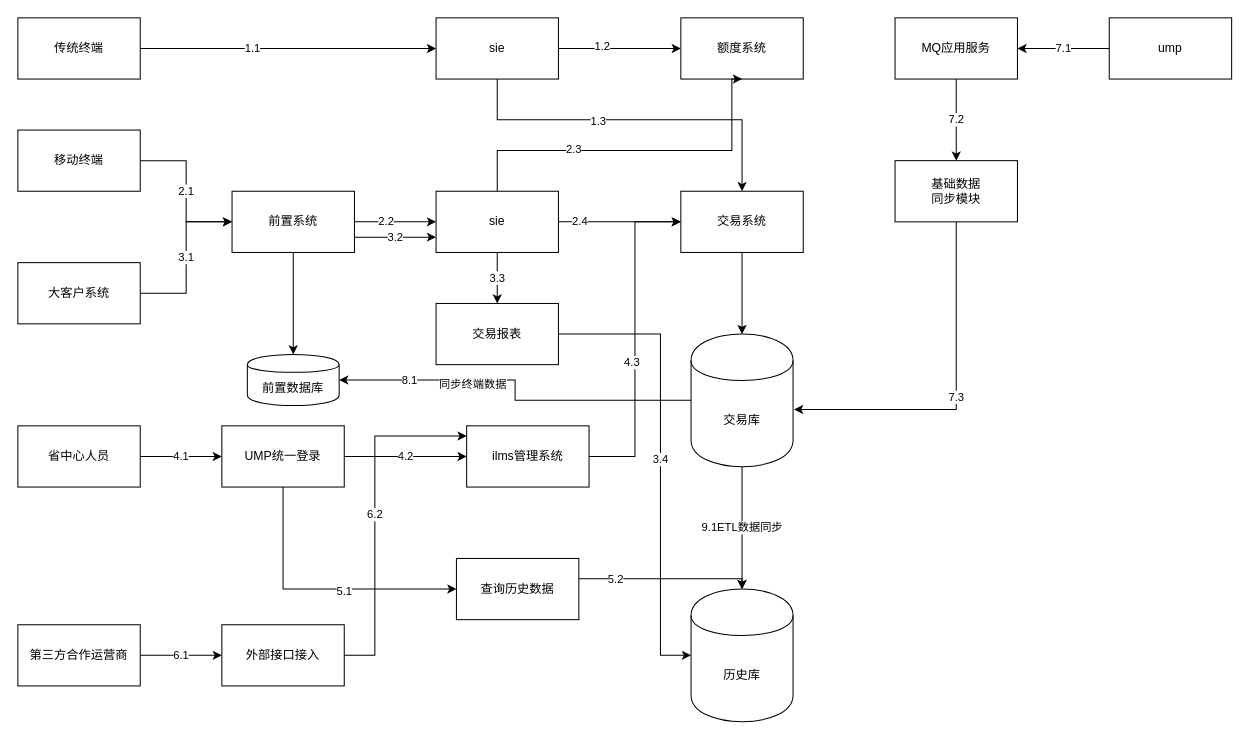
This is Untitled Diagram.drawio from istoliving/sso-test, a draw.io file, before an edit. Source tidied: cells renumbered, new cells numbered last; positions are measured from the earlier drawing's top-left corner, leaving out a move shared by most shapes. Both pictures are drawn from the tidied source at 102%, with x=0, y=0 at pixel (17, 17).
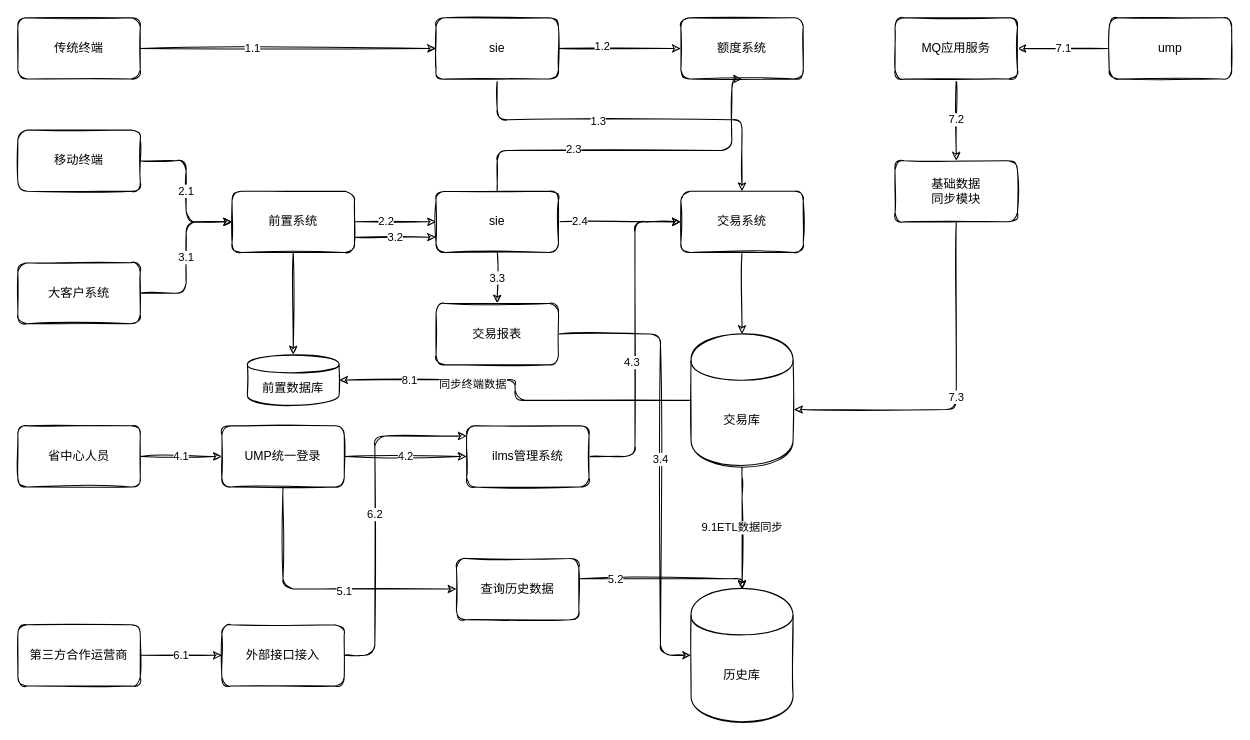
The same diagram, later.

Change to the diagram source:
```diff
@@
-<mxGraphModel background="#ffffff">
+<mxGraphModel>
@@
-    <mxCell id="2" style="edgeStyle=orthogonalEdgeStyle;rounded=0;jettySize=auto;html=1;" parent="1" edge="1" source="4" target="9">
+    <mxCell id="2" style="edgeStyle=orthogonalEdgeStyle;jettySize=auto;html=1;sketch=1;" parent="1" edge="1" source="4" target="9">
       <mxGeometry relative="1" as="geometry" />
     </mxCell>
-    <mxCell id="3" value="1.1" style="edgeLabel;html=1;align=center;verticalAlign=middle;" parent="2" vertex="1">
+    <mxCell id="3" value="1.1" style="edgeLabel;html=1;align=center;verticalAlign=middle;rounded=1;sketch=1;" parent="2" vertex="1">
       <mxGeometry x="-0.25" y="1" relative="1" as="geometry" />
     </mxCell>
-    <mxCell id="4" value="传统终端" style="rounded=0;whiteSpace=wrap;html=1;" parent="1" vertex="1">
+    <mxCell id="4" value="传统终端" style="whiteSpace=wrap;html=1;rounded=1;sketch=1;" parent="1" vertex="1">
       <mxGeometry width="120" height="60" as="geometry" />
     </mxCell>
-    <mxCell id="5" style="edgeStyle=orthogonalEdgeStyle;rounded=0;jettySize=auto;html=1;" parent="1" edge="1" source="9" target="10">
+    <mxCell id="5" style="edgeStyle=orthogonalEdgeStyle;jettySize=auto;html=1;sketch=1;" parent="1" edge="1" source="9" target="10">
       <mxGeometry relative="1" as="geometry" />
     </mxCell>
-    <mxCell id="6" value="1.2" style="edgeLabel;html=1;align=center;verticalAlign=middle;" parent="5" vertex="1">
+    <mxCell id="6" value="1.2" style="edgeLabel;html=1;align=center;verticalAlign=middle;rounded=1;sketch=1;" parent="5" vertex="1">
       <mxGeometry x="-0.3" y="3" relative="1" as="geometry" />
     </mxCell>
-    <mxCell id="7" style="edgeStyle=orthogonalEdgeStyle;rounded=0;jettySize=auto;html=1;" parent="1" edge="1" source="9" target="27">
+    <mxCell id="7" style="edgeStyle=orthogonalEdgeStyle;jettySize=auto;html=1;sketch=1;" parent="1" edge="1" source="9" target="27">
       <mxGeometry relative="1" as="geometry">
         <Array as="points">
           <mxPoint x="470" y="100" />
           <mxPoint x="710" y="100" />
         </Array>
       </mxGeometry>
     </mxCell>
-    <mxCell id="8" value="1.3" style="edgeLabel;html=1;align=center;verticalAlign=middle;" parent="7" vertex="1">
+    <mxCell id="8" value="1.3" style="edgeLabel;html=1;align=center;verticalAlign=middle;rounded=1;sketch=1;" parent="7" vertex="1">
       <mxGeometry x="-0.21" y="-1" relative="1" as="geometry" />
     </mxCell>
-    <mxCell id="9" value="sie" style="rounded=0;whiteSpace=wrap;html=1;" parent="1" vertex="1">
+    <mxCell id="9" value="sie" style="whiteSpace=wrap;html=1;rounded=1;sketch=1;" parent="1" vertex="1">
       <mxGeometry x="410" width="120" height="60" as="geometry" />
     </mxCell>
-    <mxCell id="10" value="额度系统" style="rounded=0;whiteSpace=wrap;html=1;" parent="1" vertex="1">
+    <mxCell id="10" value="额度系统" style="whiteSpace=wrap;html=1;rounded=1;sketch=1;" parent="1" vertex="1">
       <mxGeometry x="650" width="120" height="60" as="geometry" />
     </mxCell>
-    <mxCell id="11" value="2.1" style="edgeStyle=orthogonalEdgeStyle;rounded=0;jettySize=auto;html=1;entryX=0;entryY=0.5;entryDx=0;entryDy=0;" parent="1" edge="1" source="12" target="17">
+    <mxCell id="11" value="2.1" style="edgeStyle=orthogonalEdgeStyle;jettySize=auto;html=1;entryX=0;entryY=0.5;entryDx=0;entryDy=0;sketch=1;" parent="1" edge="1" source="12" target="17">
       <mxGeometry relative="1" as="geometry" />
     </mxCell>
-    <mxCell id="12" value="移动终端" style="rounded=0;whiteSpace=wrap;html=1;" parent="1" vertex="1">
+    <mxCell id="12" value="移动终端" style="whiteSpace=wrap;html=1;rounded=1;sketch=1;" parent="1" vertex="1">
       <mxGeometry y="110" width="120" height="60" as="geometry" />
     </mxCell>
-    <mxCell id="13" style="edgeStyle=orthogonalEdgeStyle;rounded=0;jettySize=auto;html=1;" parent="1" edge="1" source="17" target="25">
+    <mxCell id="13" style="edgeStyle=orthogonalEdgeStyle;jettySize=auto;html=1;sketch=1;" parent="1" edge="1" source="17" target="25">
       <mxGeometry relative="1" as="geometry" />
     </mxCell>
-    <mxCell id="14" value="2.2" style="edgeLabel;html=1;align=center;verticalAlign=middle;" parent="13" vertex="1">
+    <mxCell id="14" value="2.2" style="edgeLabel;html=1;align=center;verticalAlign=middle;rounded=1;sketch=1;" parent="13" vertex="1">
       <mxGeometry x="-0.25" y="1" relative="1" as="geometry" />
     </mxCell>
-    <mxCell id="15" value="3.2" style="edgeStyle=orthogonalEdgeStyle;rounded=0;jettySize=auto;html=1;exitX=1;exitY=0.75;exitDx=0;exitDy=0;entryX=0;entryY=0.75;entryDx=0;entryDy=0;" parent="1" edge="1" source="17" target="25">
+    <mxCell id="15" value="3.2" style="edgeStyle=orthogonalEdgeStyle;jettySize=auto;html=1;exitX=1;exitY=0.75;exitDx=0;exitDy=0;entryX=0;entryY=0.75;entryDx=0;entryDy=0;sketch=1;" parent="1" edge="1" source="17" target="25">
       <mxGeometry relative="1" as="geometry" />
     </mxCell>
-    <mxCell id="16" style="edgeStyle=orthogonalEdgeStyle;rounded=0;jettySize=auto;html=1;" parent="1" edge="1" source="17" target="52">
+    <mxCell id="16" style="edgeStyle=orthogonalEdgeStyle;jettySize=auto;html=1;sketch=1;" parent="1" edge="1" source="17" target="52">
       <mxGeometry relative="1" as="geometry" />
     </mxCell>
-    <mxCell id="17" value="前置系统" style="rounded=0;whiteSpace=wrap;html=1;" parent="1" vertex="1">
+    <mxCell id="17" value="前置系统" style="whiteSpace=wrap;html=1;rounded=1;sketch=1;" parent="1" vertex="1">
       <mxGeometry x="210" y="170" width="120" height="60" as="geometry" />
     </mxCell>
-    <mxCell id="18" value="3.1" style="edgeStyle=orthogonalEdgeStyle;rounded=0;jettySize=auto;html=1;exitX=1;exitY=0.5;exitDx=0;exitDy=0;entryX=0;entryY=0.5;entryDx=0;entryDy=0;" parent="1" edge="1" source="19" target="17">
+    <mxCell id="18" value="3.1" style="edgeStyle=orthogonalEdgeStyle;jettySize=auto;html=1;exitX=1;exitY=0.5;exitDx=0;exitDy=0;entryX=0;entryY=0.5;entryDx=0;entryDy=0;sketch=1;" parent="1" edge="1" source="19" target="17">
       <mxGeometry relative="1" as="geometry">
         <Array as="points">
           <mxPoint x="165" y="270" />
           <mxPoint x="165" y="200" />
         </Array>
       </mxGeometry>
     </mxCell>
-    <mxCell id="19" value="大客户系统" style="rounded=0;whiteSpace=wrap;html=1;" parent="1" vertex="1">
+    <mxCell id="19" value="大客户系统" style="whiteSpace=wrap;html=1;rounded=1;sketch=1;" parent="1" vertex="1">
       <mxGeometry y="240" width="120" height="60" as="geometry" />
     </mxCell>
-    <mxCell id="20" style="edgeStyle=orthogonalEdgeStyle;rounded=0;jettySize=auto;html=1;" parent="1" edge="1" source="25" target="27">
+    <mxCell id="20" style="edgeStyle=orthogonalEdgeStyle;jettySize=auto;html=1;sketch=1;" parent="1" edge="1" source="25" target="27">
       <mxGeometry relative="1" as="geometry" />
     </mxCell>
-    <mxCell id="21" value="2.4" style="edgeLabel;html=1;align=center;verticalAlign=middle;" parent="20" vertex="1">
+    <mxCell id="21" value="2.4" style="edgeLabel;html=1;align=center;verticalAlign=middle;rounded=1;sketch=1;" parent="20" vertex="1">
       <mxGeometry x="-0.67" y="1" relative="1" as="geometry" />
     </mxCell>
-    <mxCell id="22" style="edgeStyle=orthogonalEdgeStyle;rounded=0;jettySize=auto;html=1;entryX=0.5;entryY=1;entryDx=0;entryDy=0;" parent="1" edge="1" source="25" target="10">
+    <mxCell id="22" style="edgeStyle=orthogonalEdgeStyle;jettySize=auto;html=1;entryX=0.5;entryY=1;entryDx=0;entryDy=0;sketch=1;" parent="1" edge="1" source="25" target="10">
       <mxGeometry relative="1" as="geometry">
         <Array as="points">
           <mxPoint x="470" y="130" />
           <mxPoint x="700" y="130" />
           <mxPoint x="700" y="60" />
         </Array>
       </mxGeometry>
     </mxCell>
-    <mxCell id="23" value="2.3" style="edgeLabel;html=1;align=center;verticalAlign=middle;" parent="22" vertex="1">
+    <mxCell id="23" value="2.3" style="edgeLabel;html=1;align=center;verticalAlign=middle;rounded=1;sketch=1;" parent="22" vertex="1">
       <mxGeometry x="-0.35" y="2" relative="1" as="geometry" />
     </mxCell>
-    <mxCell id="24" value="3.3" style="edgeStyle=orthogonalEdgeStyle;rounded=0;jettySize=auto;html=1;" parent="1" edge="1" source="25" target="51">
+    <mxCell id="24" value="3.3" style="edgeStyle=orthogonalEdgeStyle;jettySize=auto;html=1;sketch=1;" parent="1" edge="1" source="25" target="51">
       <mxGeometry relative="1" as="geometry" />
     </mxCell>
-    <mxCell id="25" value="sie" style="rounded=0;whiteSpace=wrap;html=1;" parent="1" vertex="1">
+    <mxCell id="25" value="sie" style="whiteSpace=wrap;html=1;rounded=1;sketch=1;" parent="1" vertex="1">
       <mxGeometry x="410" y="170" width="120" height="60" as="geometry" />
     </mxCell>
-    <mxCell id="26" style="edgeStyle=orthogonalEdgeStyle;rounded=0;jettySize=auto;html=1;" parent="1" edge="1" source="27" target="32">
+    <mxCell id="26" style="edgeStyle=orthogonalEdgeStyle;jettySize=auto;html=1;sketch=1;" parent="1" edge="1" source="27" target="32">
       <mxGeometry relative="1" as="geometry" />
     </mxCell>
-    <mxCell id="27" value="交易系统" style="rounded=0;whiteSpace=wrap;html=1;" parent="1" vertex="1">
+    <mxCell id="27" value="交易系统" style="whiteSpace=wrap;html=1;rounded=1;sketch=1;" parent="1" vertex="1">
       <mxGeometry x="650" y="170" width="120" height="60" as="geometry" />
     </mxCell>
-    <mxCell id="28" value="9.1ETL数据同步" style="edgeStyle=orthogonalEdgeStyle;rounded=0;jettySize=auto;html=1;" parent="1" edge="1" source="32" target="33">
+    <mxCell id="28" value="9.1ETL数据同步" style="edgeStyle=orthogonalEdgeStyle;jettySize=auto;html=1;sketch=1;" parent="1" edge="1" source="32" target="33">
       <mxGeometry relative="1" as="geometry">
         <Array as="points">
           <mxPoint x="710" y="460" />
           <mxPoint x="710" y="460" />
         </Array>
       </mxGeometry>
     </mxCell>
-    <mxCell id="29" style="edgeStyle=orthogonalEdgeStyle;rounded=0;jettySize=auto;html=1;" parent="1" edge="1" source="32" target="52">
+    <mxCell id="29" style="edgeStyle=orthogonalEdgeStyle;jettySize=auto;html=1;sketch=1;" parent="1" edge="1" source="32" target="52">
       <mxGeometry relative="1" as="geometry" />
     </mxCell>
-    <mxCell id="30" value="同步终端数据" style="edgeLabel;html=1;align=center;verticalAlign=middle;" parent="29" vertex="1">
+    <mxCell id="30" value="同步终端数据" style="edgeLabel;html=1;align=center;verticalAlign=middle;rounded=1;sketch=1;" parent="29" vertex="1">
       <mxGeometry x="0.29" y="3" relative="1" as="geometry" />
     </mxCell>
-    <mxCell id="31" value="8.1" style="edgeLabel;html=1;align=center;verticalAlign=middle;" parent="29" vertex="1">
+    <mxCell id="31" value="8.1" style="edgeLabel;html=1;align=center;verticalAlign=middle;rounded=1;sketch=1;" parent="29" vertex="1">
       <mxGeometry x="0.63" y="-1" relative="1" as="geometry" />
     </mxCell>
-    <mxCell id="32" value="交易库" style="shape=cylinder;whiteSpace=wrap;html=1;boundedLbl=1;backgroundOutline=1;rounded=0;" parent="1" vertex="1">
+    <mxCell id="32" value="交易库" style="shape=cylinder;whiteSpace=wrap;html=1;boundedLbl=1;backgroundOutline=1;rounded=1;sketch=1;" parent="1" vertex="1">
       <mxGeometry x="660" y="310" width="100" height="130" as="geometry" />
     </mxCell>
-    <mxCell id="33" value="历史库" style="shape=cylinder;whiteSpace=wrap;html=1;boundedLbl=1;backgroundOutline=1;rounded=0;" parent="1" vertex="1">
+    <mxCell id="33" value="历史库" style="shape=cylinder;whiteSpace=wrap;html=1;boundedLbl=1;backgroundOutline=1;rounded=1;sketch=1;" parent="1" vertex="1">
       <mxGeometry x="660" y="560" width="100" height="130" as="geometry" />
     </mxCell>
-    <mxCell id="34" value="4.1" style="edgeStyle=orthogonalEdgeStyle;rounded=0;jettySize=auto;html=1;" parent="1" edge="1" source="35" target="39">
+    <mxCell id="34" value="4.1" style="edgeStyle=orthogonalEdgeStyle;jettySize=auto;html=1;sketch=1;" parent="1" edge="1" source="35" target="39">
       <mxGeometry relative="1" as="geometry" />
     </mxCell>
-    <mxCell id="35" value="省中心人员" style="rounded=0;whiteSpace=wrap;html=1;" parent="1" vertex="1">
+    <mxCell id="35" value="省中心人员" style="whiteSpace=wrap;html=1;rounded=1;sketch=1;" parent="1" vertex="1">
       <mxGeometry y="400" width="120" height="60" as="geometry" />
     </mxCell>
-    <mxCell id="36" value="4.2" style="edgeStyle=orthogonalEdgeStyle;rounded=0;jettySize=auto;html=1;" parent="1" edge="1" source="39" target="42">
+    <mxCell id="36" value="4.2" style="edgeStyle=orthogonalEdgeStyle;jettySize=auto;html=1;sketch=1;" parent="1" edge="1" source="39" target="42">
       <mxGeometry relative="1" as="geometry" />
     </mxCell>
-    <mxCell id="37" style="edgeStyle=orthogonalEdgeStyle;rounded=0;jettySize=auto;html=1;entryX=0;entryY=0.5;entryDx=0;entryDy=0;" parent="1" edge="1" source="39" target="45">
+    <mxCell id="37" style="edgeStyle=orthogonalEdgeStyle;jettySize=auto;html=1;entryX=0;entryY=0.5;entryDx=0;entryDy=0;sketch=1;" parent="1" edge="1" source="39" target="45">
       <mxGeometry relative="1" as="geometry">
         <Array as="points">
           <mxPoint x="260" y="560" />
         </Array>
       </mxGeometry>
     </mxCell>
-    <mxCell id="38" value="5.1" style="edgeLabel;html=1;align=center;verticalAlign=middle;" parent="37" vertex="1">
+    <mxCell id="38" value="5.1" style="edgeLabel;html=1;align=center;verticalAlign=middle;rounded=1;sketch=1;" parent="37" vertex="1">
       <mxGeometry x="0.18" y="-1" relative="1" as="geometry" />
     </mxCell>
-    <mxCell id="39" value="UMP统一登录" style="rounded=0;whiteSpace=wrap;html=1;" parent="1" vertex="1">
+    <mxCell id="39" value="UMP统一登录" style="whiteSpace=wrap;html=1;rounded=1;sketch=1;" parent="1" vertex="1">
       <mxGeometry x="200" y="400" width="120" height="60" as="geometry" />
     </mxCell>
-    <mxCell id="40" style="edgeStyle=orthogonalEdgeStyle;rounded=0;jettySize=auto;html=1;entryX=0;entryY=0.5;entryDx=0;entryDy=0;" parent="1" edge="1" source="42" target="27">
+    <mxCell id="40" style="edgeStyle=orthogonalEdgeStyle;jettySize=auto;html=1;entryX=0;entryY=0.5;entryDx=0;entryDy=0;sketch=1;" parent="1" edge="1" source="42" target="27">
       <mxGeometry relative="1" as="geometry" />
     </mxCell>
-    <mxCell id="41" value="4.3" style="edgeLabel;html=1;align=center;verticalAlign=middle;" parent="40" vertex="1">
+    <mxCell id="41" value="4.3" style="edgeLabel;html=1;align=center;verticalAlign=middle;rounded=1;sketch=1;" parent="40" vertex="1">
       <mxGeometry x="-0.14" y="4" relative="1" as="geometry" />
     </mxCell>
-    <mxCell id="42" value="ilms管理系统" style="rounded=0;whiteSpace=wrap;html=1;" parent="1" vertex="1">
+    <mxCell id="42" value="ilms管理系统" style="whiteSpace=wrap;html=1;rounded=1;sketch=1;" parent="1" vertex="1">
       <mxGeometry x="440" y="400" width="120" height="60" as="geometry" />
     </mxCell>
-    <mxCell id="43" style="edgeStyle=orthogonalEdgeStyle;rounded=0;jettySize=auto;html=1;entryX=0.5;entryY=0;entryDx=0;entryDy=0;" parent="1" edge="1" source="45" target="33">
+    <mxCell id="43" style="edgeStyle=orthogonalEdgeStyle;jettySize=auto;html=1;entryX=0.5;entryY=0;entryDx=0;entryDy=0;sketch=1;" parent="1" edge="1" source="45" target="33">
       <mxGeometry relative="1" as="geometry">
         <Array as="points">
           <mxPoint x="710" y="550" />
         </Array>
       </mxGeometry>
     </mxCell>
-    <mxCell id="44" value="5.2" style="edgeLabel;html=1;align=center;verticalAlign=middle;" parent="43" vertex="1">
+    <mxCell id="44" value="5.2" style="edgeLabel;html=1;align=center;verticalAlign=middle;rounded=1;sketch=1;" parent="43" vertex="1">
       <mxGeometry x="-0.59" relative="1" as="geometry" />
     </mxCell>
-    <mxCell id="45" value="查询历史数据" style="rounded=0;whiteSpace=wrap;html=1;" parent="1" vertex="1">
+    <mxCell id="45" value="查询历史数据" style="whiteSpace=wrap;html=1;rounded=1;sketch=1;" parent="1" vertex="1">
       <mxGeometry x="430" y="530" width="120" height="60" as="geometry" />
     </mxCell>
-    <mxCell id="46" value="6.1" style="edgeStyle=orthogonalEdgeStyle;rounded=0;jettySize=auto;html=1;" parent="1" edge="1" source="47" target="49">
+    <mxCell id="46" value="6.1" style="edgeStyle=orthogonalEdgeStyle;jettySize=auto;html=1;sketch=1;" parent="1" edge="1" source="47" target="49">
       <mxGeometry relative="1" as="geometry" />
     </mxCell>
-    <mxCell id="47" value="第三方合作运营商" style="rounded=0;whiteSpace=wrap;html=1;" parent="1" vertex="1">
+    <mxCell id="47" value="第三方合作运营商" style="whiteSpace=wrap;html=1;rounded=1;sketch=1;" parent="1" vertex="1">
       <mxGeometry y="595" width="120" height="60" as="geometry" />
     </mxCell>
-    <mxCell id="48" value="6.2" style="edgeStyle=orthogonalEdgeStyle;rounded=0;jettySize=auto;html=1;exitX=1;exitY=0.5;exitDx=0;exitDy=0;" parent="1" edge="1" source="49">
+    <mxCell id="48" value="6.2" style="edgeStyle=orthogonalEdgeStyle;jettySize=auto;html=1;exitX=1;exitY=0.5;exitDx=0;exitDy=0;sketch=1;" parent="1" edge="1" source="49">
       <mxGeometry relative="1" as="geometry">
         <mxPoint x="440" y="410" as="targetPoint" />
         <Array as="points">
           <mxPoint x="350" y="625" />
           <mxPoint x="350" y="410" />
           <mxPoint x="440" y="410" />
         </Array>
       </mxGeometry>
     </mxCell>
-    <mxCell id="49" value="外部接口接入" style="rounded=0;whiteSpace=wrap;html=1;" parent="1" vertex="1">
+    <mxCell id="49" value="外部接口接入" style="whiteSpace=wrap;html=1;rounded=1;sketch=1;" parent="1" vertex="1">
       <mxGeometry x="200" y="595" width="120" height="60" as="geometry" />
     </mxCell>
-    <mxCell id="50" value="3.4" style="edgeStyle=orthogonalEdgeStyle;rounded=0;jettySize=auto;html=1;exitX=1;exitY=0.5;exitDx=0;exitDy=0;entryX=0;entryY=0.5;entryDx=0;entryDy=0;" parent="1" edge="1" source="51" target="33">
+    <mxCell id="50" value="3.4" style="edgeStyle=orthogonalEdgeStyle;jettySize=auto;html=1;exitX=1;exitY=0.5;exitDx=0;exitDy=0;entryX=0;entryY=0.5;entryDx=0;entryDy=0;sketch=1;" parent="1" edge="1" source="51" target="33">
       <mxGeometry relative="1" as="geometry">
         <Array as="points">
           <mxPoint x="630" y="310" />
           <mxPoint x="630" y="625" />
         </Array>
       </mxGeometry>
     </mxCell>
-    <mxCell id="51" value="交易报表" style="rounded=0;whiteSpace=wrap;html=1;" parent="1" vertex="1">
+    <mxCell id="51" value="交易报表" style="whiteSpace=wrap;html=1;rounded=1;sketch=1;" parent="1" vertex="1">
       <mxGeometry x="410" y="280" width="120" height="60" as="geometry" />
     </mxCell>
-    <mxCell id="52" value="前置数据库" style="shape=cylinder;whiteSpace=wrap;html=1;boundedLbl=1;backgroundOutline=1;rounded=0;" parent="1" vertex="1">
+    <mxCell id="52" value="前置数据库" style="shape=cylinder;whiteSpace=wrap;html=1;boundedLbl=1;backgroundOutline=1;rounded=1;sketch=1;" parent="1" vertex="1">
       <mxGeometry x="225" y="330" width="90" height="50" as="geometry" />
     </mxCell>
-    <mxCell id="53" value="7.1" style="edgeStyle=orthogonalEdgeStyle;rounded=0;jettySize=auto;html=1;" parent="1" edge="1" source="54" target="56">
+    <mxCell id="53" value="7.1" style="edgeStyle=orthogonalEdgeStyle;jettySize=auto;html=1;sketch=1;" parent="1" edge="1" source="54" target="56">
       <mxGeometry relative="1" as="geometry" />
     </mxCell>
-    <mxCell id="54" value="ump" style="rounded=0;whiteSpace=wrap;html=1;" parent="1" vertex="1">
+    <mxCell id="54" value="ump" style="whiteSpace=wrap;html=1;rounded=1;sketch=1;" parent="1" vertex="1">
       <mxGeometry x="1070" width="120" height="60" as="geometry" />
     </mxCell>
-    <mxCell id="55" value="7.2" style="edgeStyle=orthogonalEdgeStyle;rounded=0;jettySize=auto;html=1;" parent="1" edge="1" source="56" target="58">
+    <mxCell id="55" value="7.2" style="edgeStyle=orthogonalEdgeStyle;jettySize=auto;html=1;sketch=1;" parent="1" edge="1" source="56" target="58">
       <mxGeometry relative="1" as="geometry" />
     </mxCell>
-    <mxCell id="56" value="MQ应用服务" style="rounded=0;whiteSpace=wrap;html=1;" parent="1" vertex="1">
+    <mxCell id="56" value="MQ应用服务" style="whiteSpace=wrap;html=1;rounded=1;sketch=1;" parent="1" vertex="1">
       <mxGeometry x="860" width="120" height="60" as="geometry" />
     </mxCell>
-    <mxCell id="57" value="7.3" style="edgeStyle=orthogonalEdgeStyle;rounded=0;jettySize=auto;html=1;entryX=1.01;entryY=0.569;entryDx=0;entryDy=0;entryPerimeter=0;" parent="1" edge="1" source="58" target="32">
+    <mxCell id="57" value="7.3" style="edgeStyle=orthogonalEdgeStyle;jettySize=auto;html=1;entryX=1.01;entryY=0.569;entryDx=0;entryDy=0;entryPerimeter=0;sketch=1;" parent="1" edge="1" source="58" target="32">
       <mxGeometry relative="1" as="geometry">
         <Array as="points">
           <mxPoint x="920" y="384" />
         </Array>
       </mxGeometry>
     </mxCell>
-    <mxCell id="58" value="基础数据&lt;br&gt;同步模块&lt;br&gt;" style="rounded=0;whiteSpace=wrap;html=1;" parent="1" vertex="1">
+    <mxCell id="58" value="基础数据&lt;br&gt;同步模块&lt;br&gt;" style="whiteSpace=wrap;html=1;rounded=1;sketch=1;" parent="1" vertex="1">
       <mxGeometry x="860" y="140" width="120" height="60" as="geometry" />
     </mxCell>
```
